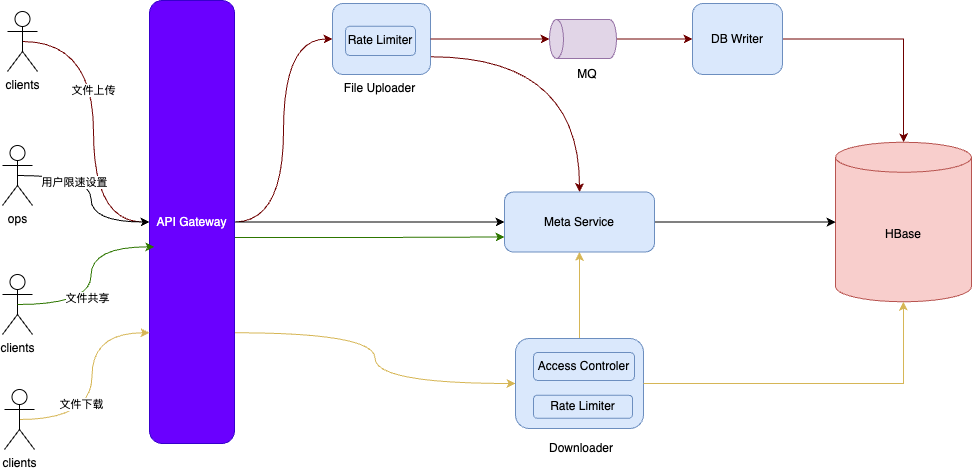
This is pictures/network_storage/final.drawio.png from alikWu/system-design, a draw.io export, as it was before one commit. Source tidied: cells renumbered, new cells last; positions are measured from the earlier drawing's top-left corner, leaving out a move shared by most shapes.
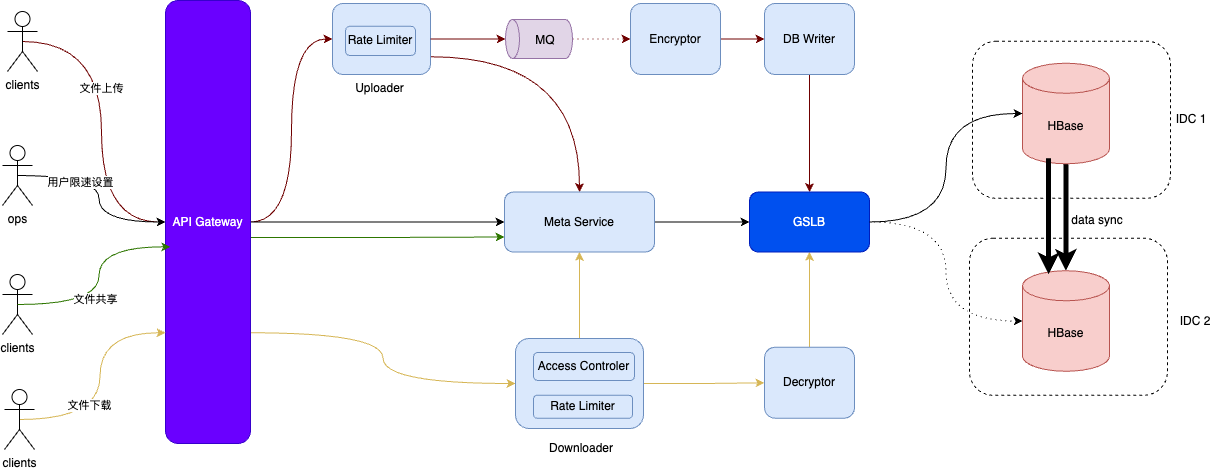
After the change.

Change to the diagram source:
```diff
@@ -2,6 +2,12 @@
   <root>
     <mxCell id="0" />
     <mxCell id="1" parent="0" />
+    <mxCell id="38" style="rounded=1;whiteSpace=wrap;html=1;dashed=1;" parent="1" vertex="1">
+      <mxGeometry x="967" y="237.8" width="198" height="157" as="geometry" />
+    </mxCell>
+    <mxCell id="39" style="rounded=1;whiteSpace=wrap;html=1;dashed=1;" parent="1" vertex="1">
+      <mxGeometry x="970" y="40.8" width="198" height="157" as="geometry" />
+    </mxCell>
     <mxCell id="2" style="edgeStyle=orthogonalEdgeStyle;rounded=0;jettySize=auto;html=1;exitX=0.5;exitY=0.5;exitDx=0;exitDy=0;exitPerimeter=0;entryX=0;entryY=0.5;entryDx=0;entryDy=0;curved=1;fillColor=#a20025;strokeColor=#6F0000;" parent="1" edge="1" source="4" target="9">
       <mxGeometry relative="1" as="geometry" />
     </mxCell>
@@ -24,13 +30,13 @@
       <mxGeometry relative="1" as="geometry" />
     </mxCell>
     <mxCell id="9" value="API Gateway" style="rounded=1;whiteSpace=wrap;html=1;fillColor=#6a00ff;fontColor=#ffffff;strokeColor=#3700CC;" parent="1" vertex="1">
-      <mxGeometry x="147" width="85" height="443" as="geometry" />
+      <mxGeometry x="163" width="85" height="443" as="geometry" />
     </mxCell>
-    <mxCell id="10" style="edgeStyle=orthogonalEdgeStyle;rounded=0;jettySize=auto;html=1;exitX=1;exitY=0.5;exitDx=0;exitDy=0;fillColor=#a20025;strokeColor=#6F0000;" parent="1" edge="1" source="11" target="14">
-      <mxGeometry relative="1" as="geometry" />
-    </mxCell>
+    <mxCell id="40" style="edgeStyle=orthogonalEdgeStyle;rounded=0;jettySize=auto;html=1;exitX=0.5;exitY=1;exitDx=0;exitDy=0;fillColor=#a20025;strokeColor=#6F0000;" parent="1" edge="1" source="11" target="45">
+      <mxGeometry relative="1" as="geometry" />
+    </mxCell>
     <mxCell id="11" value="DB Writer" style="rounded=1;whiteSpace=wrap;html=1;fillColor=#dae8fc;strokeColor=#6c8ebf;" parent="1" vertex="1">
-      <mxGeometry x="690" y="3" width="90" height="71" as="geometry" />
+      <mxGeometry x="762" y="3" width="90" height="71" as="geometry" />
     </mxCell>
     <mxCell id="12" style="edgeStyle=orthogonalEdgeStyle;rounded=0;jettySize=auto;html=1;exitX=1;exitY=0.75;exitDx=0;exitDy=0;entryX=0.5;entryY=0;entryDx=0;entryDy=0;curved=1;fillColor=#a20025;strokeColor=#6F0000;" parent="1" edge="1" source="13" target="27">
       <mxGeometry relative="1" as="geometry" />
@@ -38,22 +44,19 @@
     <mxCell id="13" style="rounded=1;whiteSpace=wrap;html=1;fillColor=#dae8fc;strokeColor=#6c8ebf;" parent="1" vertex="1">
       <mxGeometry x="330" y="3" width="98" height="71" as="geometry" />
     </mxCell>
-    <mxCell id="14" value="HBase" style="shape=cylinder3;whiteSpace=wrap;html=1;boundedLbl=1;backgroundOutline=1;size=15;fillColor=#f8cecc;strokeColor=#b85450;" parent="1" vertex="1">
-      <mxGeometry x="833" y="141.8" width="136" height="159.5" as="geometry" />
-    </mxCell>
-    <mxCell id="15" style="edgeStyle=orthogonalEdgeStyle;rounded=0;jettySize=auto;html=1;exitX=0.5;exitY=1;exitDx=0;exitDy=0;exitPerimeter=0;fillColor=#a20025;strokeColor=#6F0000;" parent="1" edge="1" source="16" target="11">
-      <mxGeometry relative="1" as="geometry" />
-    </mxCell>
+    <mxCell id="41" style="edgeStyle=orthogonalEdgeStyle;rounded=0;jettySize=auto;html=1;exitX=0.5;exitY=1;exitDx=0;exitDy=0;exitPerimeter=0;dashed=1;dashPattern=1 4;fillColor=#a20025;strokeColor=#6F0000;" parent="1" edge="1" source="16" target="54">
+      <mxGeometry relative="1" as="geometry" />
+    </mxCell>
     <mxCell id="16" style="shape=cylinder3;whiteSpace=wrap;html=1;boundedLbl=1;backgroundOutline=1;size=7;rotation=-90;fillColor=#e1d5e7;strokeColor=#9673a6;" parent="1" vertex="1">
-      <mxGeometry x="561" y="5" width="39" height="67" as="geometry" />
+      <mxGeometry x="517" y="5" width="39" height="67" as="geometry" />
     </mxCell>
     <mxCell id="17" value="MQ" style="text;html=1;align=center;verticalAlign=middle;whiteSpace=wrap;rounded=0;" parent="1" vertex="1">
-      <mxGeometry x="555" y="59" width="60" height="30" as="geometry" />
+      <mxGeometry x="513" y="25" width="60" height="30" as="geometry" />
     </mxCell>
     <mxCell id="18" value="Rate Limiter" style="rounded=1;whiteSpace=wrap;html=1;fillColor=#dae8fc;strokeColor=#6c8ebf;" parent="1" vertex="1">
       <mxGeometry x="343" y="25.8" width="70" height="29.2" as="geometry" />
     </mxCell>
-    <mxCell id="19" value="File Uploader" style="text;html=1;align=center;verticalAlign=middle;whiteSpace=wrap;rounded=0;" parent="1" vertex="1">
+    <mxCell id="19" value="Uploader" style="text;html=1;align=center;verticalAlign=middle;whiteSpace=wrap;rounded=0;" parent="1" vertex="1">
       <mxGeometry x="327" y="74" width="101" height="27" as="geometry" />
     </mxCell>
     <mxCell id="20" style="edgeStyle=orthogonalEdgeStyle;rounded=0;jettySize=auto;html=1;exitX=1;exitY=0.5;exitDx=0;exitDy=0;entryX=0.5;entryY=0;entryDx=0;entryDy=0;entryPerimeter=0;fillColor=#a20025;strokeColor=#6F0000;" parent="1" edge="1" source="13" target="16">
@@ -62,6 +65,9 @@
     <mxCell id="21" style="edgeStyle=orthogonalEdgeStyle;rounded=0;jettySize=auto;html=1;exitX=0.5;exitY=0;exitDx=0;exitDy=0;entryX=0.5;entryY=1;entryDx=0;entryDy=0;fillColor=#fff2cc;strokeColor=#d6b656;" parent="1" edge="1" source="22" target="27">
       <mxGeometry relative="1" as="geometry" />
     </mxCell>
+    <mxCell id="42" style="edgeStyle=orthogonalEdgeStyle;rounded=0;jettySize=auto;html=1;exitX=1;exitY=0.5;exitDx=0;exitDy=0;fillColor=#fff2cc;strokeColor=#d6b656;" parent="1" edge="1" source="22" target="56">
+      <mxGeometry relative="1" as="geometry" />
+    </mxCell>
     <mxCell id="22" style="rounded=1;whiteSpace=wrap;html=1;fillColor=#dae8fc;strokeColor=#6c8ebf;" parent="1" vertex="1">
       <mxGeometry x="513" y="338" width="128" height="90" as="geometry" />
     </mxCell>
@@ -74,7 +80,7 @@
     <mxCell id="25" value="Downloader" style="text;html=1;align=center;verticalAlign=middle;whiteSpace=wrap;rounded=0;" parent="1" vertex="1">
       <mxGeometry x="549" y="433" width="60" height="30" as="geometry" />
     </mxCell>
-    <mxCell id="26" style="edgeStyle=orthogonalEdgeStyle;rounded=0;jettySize=auto;html=1;exitX=1;exitY=0.5;exitDx=0;exitDy=0;" parent="1" edge="1" source="27" target="14">
+    <mxCell id="26" style="edgeStyle=orthogonalEdgeStyle;rounded=0;jettySize=auto;html=1;exitX=1;exitY=0.5;exitDx=0;exitDy=0;entryX=0;entryY=0.5;entryDx=0;entryDy=0;" parent="1" edge="1" source="27" target="45">
       <mxGeometry relative="1" as="geometry" />
     </mxCell>
     <mxCell id="27" value="Meta Service" style="rounded=1;whiteSpace=wrap;html=1;fillColor=#dae8fc;strokeColor=#6c8ebf;" parent="1" vertex="1">
@@ -113,8 +119,50 @@
     <mxCell id="36" value="clients" style="shape=umlActor;verticalLabelPosition=bottom;verticalAlign=top;html=1;outlineConnect=0;" parent="1" vertex="1">
       <mxGeometry x="2" y="389" width="30" height="60" as="geometry" />
     </mxCell>
-    <mxCell id="37" style="edgeStyle=orthogonalEdgeStyle;rounded=0;jettySize=auto;html=1;exitX=1;exitY=0.5;exitDx=0;exitDy=0;entryX=0.5;entryY=1;entryDx=0;entryDy=0;entryPerimeter=0;fillColor=#fff2cc;strokeColor=#d6b656;" parent="1" edge="1" source="22" target="14">
-      <mxGeometry relative="1" as="geometry" />
-    </mxCell>
+    <mxCell id="43" style="edgeStyle=orthogonalEdgeStyle;rounded=0;jettySize=auto;html=1;exitX=0.5;exitY=1;exitDx=0;exitDy=0;exitPerimeter=0;strokeWidth=5;" parent="1" edge="1" source="44" target="46">
+      <mxGeometry relative="1" as="geometry" />
+    </mxCell>
+    <mxCell id="44" value="HBase" style="shape=cylinder3;whiteSpace=wrap;html=1;boundedLbl=1;backgroundOutline=1;size=15;fillColor=#f8cecc;strokeColor=#b85450;" parent="1" vertex="1">
+      <mxGeometry x="1020" y="62.8" width="87" height="100.5" as="geometry" />
+    </mxCell>
+    <mxCell id="45" value="GSLB" style="rounded=1;whiteSpace=wrap;html=1;fillColor=#0050ef;fontColor=#ffffff;strokeColor=#001DBC;" parent="1" vertex="1">
+      <mxGeometry x="747" y="191.5" width="120" height="60" as="geometry" />
+    </mxCell>
+    <mxCell id="46" value="HBase" style="shape=cylinder3;whiteSpace=wrap;html=1;boundedLbl=1;backgroundOutline=1;size=15;fillColor=#f8cecc;strokeColor=#b85450;" parent="1" vertex="1">
+      <mxGeometry x="1020" y="270.2" width="87" height="100.5" as="geometry" />
+    </mxCell>
+    <mxCell id="47" value="IDC 1" style="text;html=1;align=center;verticalAlign=middle;whiteSpace=wrap;rounded=0;" parent="1" vertex="1">
+      <mxGeometry x="1159" y="104.2" width="60" height="30" as="geometry" />
+    </mxCell>
+    <mxCell id="48" value="IDC 2" style="text;html=1;align=center;verticalAlign=middle;whiteSpace=wrap;rounded=0;" parent="1" vertex="1">
+      <mxGeometry x="1163" y="305.5" width="60" height="30" as="geometry" />
+    </mxCell>
+    <mxCell id="49" style="edgeStyle=orthogonalEdgeStyle;rounded=0;jettySize=auto;html=1;exitX=1;exitY=0.5;exitDx=0;exitDy=0;entryX=0;entryY=0.5;entryDx=0;entryDy=0;entryPerimeter=0;curved=1;" parent="1" edge="1" source="45" target="44">
+      <mxGeometry relative="1" as="geometry" />
+    </mxCell>
+    <mxCell id="50" style="edgeStyle=orthogonalEdgeStyle;rounded=0;jettySize=auto;html=1;exitX=1;exitY=0.5;exitDx=0;exitDy=0;entryX=0;entryY=0.5;entryDx=0;entryDy=0;entryPerimeter=0;curved=1;dashed=1;dashPattern=1 4;" parent="1" edge="1" source="45" target="46">
+      <mxGeometry relative="1" as="geometry" />
+    </mxCell>
+    <mxCell id="51" style="edgeStyle=orthogonalEdgeStyle;rounded=0;orthogonalLoop=1;jettySize=auto;html=1;exitX=0.145;exitY=1;exitDx=0;exitDy=-4.35;exitPerimeter=0;entryX=0.145;entryY=0;entryDx=0;entryDy=4.35;entryPerimeter=0;strokeWidth=5;" parent="1" edge="1">
+      <mxGeometry relative="1" as="geometry">
+        <mxPoint x="1046" y="157.8" as="sourcePoint" />
+        <mxPoint x="1046" y="273.8" as="targetPoint" />
+      </mxGeometry>
+    </mxCell>
+    <mxCell id="52" value="data sync" style="text;html=1;align=center;verticalAlign=middle;whiteSpace=wrap;rounded=0;" parent="1" vertex="1">
+      <mxGeometry x="1065" y="204.8" width="60" height="30" as="geometry" />
+    </mxCell>
+    <mxCell id="53" style="edgeStyle=orthogonalEdgeStyle;rounded=0;jettySize=auto;html=1;exitX=1;exitY=0.5;exitDx=0;exitDy=0;fillColor=#a20025;strokeColor=#6F0000;" parent="1" edge="1" source="54" target="11">
+      <mxGeometry relative="1" as="geometry" />
+    </mxCell>
+    <mxCell id="54" value="Encryptor" style="rounded=1;whiteSpace=wrap;html=1;fillColor=#dae8fc;strokeColor=#6c8ebf;" parent="1" vertex="1">
+      <mxGeometry x="628" y="3" width="90" height="71" as="geometry" />
+    </mxCell>
+    <mxCell id="55" style="edgeStyle=orthogonalEdgeStyle;rounded=0;jettySize=auto;html=1;exitX=0.5;exitY=0;exitDx=0;exitDy=0;entryX=0.5;entryY=1;entryDx=0;entryDy=0;fillColor=#fff2cc;strokeColor=#d6b656;" parent="1" edge="1" source="56" target="45">
+      <mxGeometry relative="1" as="geometry" />
+    </mxCell>
+    <mxCell id="56" value="Decryptor" style="rounded=1;whiteSpace=wrap;html=1;fillColor=#dae8fc;strokeColor=#6c8ebf;" parent="1" vertex="1">
+      <mxGeometry x="762" y="346.8" width="90" height="71" as="geometry" />
+    </mxCell>
   </root>
 </mxGraphModel>
```
